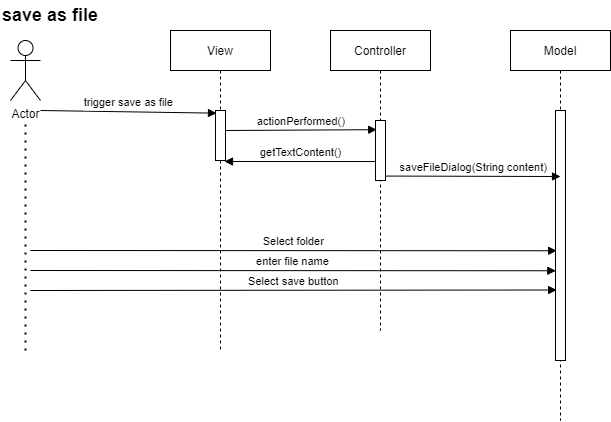
Before: Laboration1/UML/saveAsFile.drawio.png, a diagram exported from draw.io (Johanced/2021-isgc08-Cederhag). Source tidied: cells renumbered, new cells last; positions are measured from the earlier drawing's top-left corner, leaving out a move shared by most shapes.
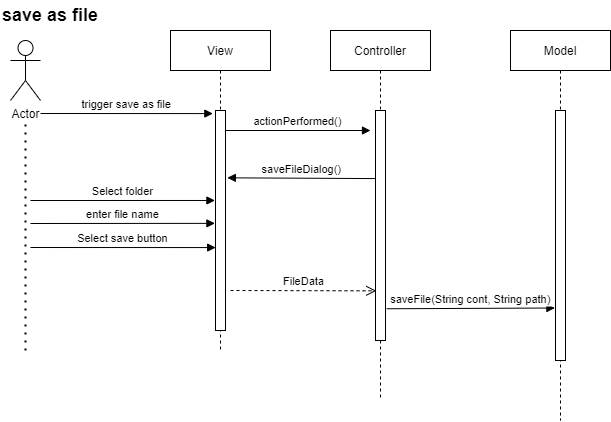
Above is the later version.

Diff of the diagram source:
```diff
@@ -3,19 +3,20 @@
     <mxCell id="0" />
     <mxCell id="1" parent="0" />
     <mxCell id="2" value="Controller" style="shape=umlLifeline;perimeter=lifelinePerimeter;rounded=0;shadow=0;strokeWidth=1;" parent="1" vertex="1">
-      <mxGeometry x="330" y="30" width="100" height="300" as="geometry" />
+      <mxGeometry x="330" y="30" width="100" height="370" as="geometry" />
     </mxCell>
     <mxCell id="3" style="points=[];perimeter=orthogonalPerimeter;rounded=0;shadow=0;strokeWidth=1;" parent="2" vertex="1">
-      <mxGeometry x="45" y="90" width="10" height="60" as="geometry" />
+      <mxGeometry x="45" y="80" width="10" height="230" as="geometry" />
     </mxCell>
-    <mxCell id="4" value="actionPerformed()" style="verticalAlign=bottom;endArrow=block;shadow=0;strokeWidth=1;entryX=0.121;entryY=0.153;entryDx=0;entryDy=0;entryPerimeter=0;" parent="2" edge="1" target="3">
+    <mxCell id="4" value="actionPerformed()" style="verticalAlign=bottom;endArrow=block;shadow=0;strokeWidth=1;" parent="2" edge="1">
       <mxGeometry relative="1" as="geometry">
         <mxPoint x="-105" y="100" as="sourcePoint" />
+        <mxPoint x="40" y="100" as="targetPoint" />
       </mxGeometry>
     </mxCell>
-    <mxCell id="5" value="enter file name" style="verticalAlign=bottom;endArrow=block;shadow=0;strokeWidth=1;entryX=0.033;entryY=0.641;entryDx=0;entryDy=0;entryPerimeter=0;" parent="2" edge="1" target="7">
+    <mxCell id="5" value="enter file name" style="verticalAlign=bottom;endArrow=block;shadow=0;strokeWidth=1;entryX=-0.059;entryY=0.513;entryDx=0;entryDy=0;entryPerimeter=0;" parent="2" edge="1" target="12">
       <mxGeometry relative="1" as="geometry">
-        <mxPoint x="-300" y="240" as="sourcePoint" />
+        <mxPoint x="-300" y="193" as="sourcePoint" />
       </mxGeometry>
     </mxCell>
     <mxCell id="6" value="Model" style="shape=umlLifeline;perimeter=lifelinePerimeter;rounded=0;shadow=0;strokeWidth=1;" parent="1" vertex="1">
@@ -24,22 +25,22 @@
     <mxCell id="7" style="points=[];perimeter=orthogonalPerimeter;rounded=0;shadow=0;strokeWidth=1;" parent="6" vertex="1">
       <mxGeometry x="45" y="80" width="10" height="250" as="geometry" />
     </mxCell>
-    <mxCell id="8" value="saveFileDialog(String content)" style="verticalAlign=bottom;endArrow=block;shadow=0;strokeWidth=1;exitX=1.071;exitY=0.926;exitDx=0;exitDy=0;exitPerimeter=0;entryX=0.5;entryY=0.264;entryDx=0;entryDy=0;entryPerimeter=0;" parent="1" edge="1" source="3" target="7">
+    <mxCell id="8" value="saveFileDialog()" style="verticalAlign=bottom;endArrow=block;shadow=0;strokeWidth=1;entryX=1.183;entryY=0.306;entryDx=0;entryDy=0;entryPerimeter=0;exitX=0.01;exitY=0.296;exitDx=0;exitDy=0;exitPerimeter=0;" parent="1" edge="1" source="3" target="12">
       <mxGeometry relative="1" as="geometry" />
     </mxCell>
     <mxCell id="9" value="Actor" style="shape=umlActor;verticalLabelPosition=bottom;verticalAlign=top;html=1;" parent="1" vertex="1">
       <mxGeometry x="10" y="40" width="30" height="60" as="geometry" />
     </mxCell>
-    <mxCell id="10" value="trigger save as file" style="verticalAlign=bottom;endArrow=block;entryX=0.1;entryY=0.053;shadow=0;strokeWidth=1;entryDx=0;entryDy=0;entryPerimeter=0;" parent="1" edge="1" target="12">
+    <mxCell id="10" value="trigger save as file" style="verticalAlign=bottom;endArrow=block;entryX=-0.266;entryY=0.014;shadow=0;strokeWidth=1;entryDx=0;entryDy=0;entryPerimeter=0;" parent="1" edge="1" target="12">
       <mxGeometry relative="1" as="geometry">
-        <mxPoint x="40" y="110" as="sourcePoint" />
+        <mxPoint x="40" y="113" as="sourcePoint" />
       </mxGeometry>
     </mxCell>
     <mxCell id="11" value="View" style="shape=umlLifeline;perimeter=lifelinePerimeter;rounded=0;shadow=0;strokeWidth=1;" parent="1" vertex="1">
       <mxGeometry x="170" y="30" width="100" height="320" as="geometry" />
     </mxCell>
     <mxCell id="12" style="points=[];perimeter=orthogonalPerimeter;rounded=0;shadow=0;strokeWidth=1;" parent="11" vertex="1">
-      <mxGeometry x="45" y="80" width="10" height="50" as="geometry" />
+      <mxGeometry x="45" y="80" width="10" height="220" as="geometry" />
     </mxCell>
     <mxCell id="13" style="endArrow=none;dashed=1;html=1;dashPattern=1 3;strokeWidth=2;rounded=0;" parent="1" edge="1">
       <mxGeometry relative="1" as="geometry">
@@ -47,21 +48,26 @@
         <mxPoint x="25" y="120" as="targetPoint" />
       </mxGeometry>
     </mxCell>
-    <mxCell id="14" value="Select folder" style="verticalAlign=bottom;endArrow=block;shadow=0;strokeWidth=1;entryX=0.117;entryY=0.561;entryDx=0;entryDy=0;entryPerimeter=0;" parent="1" edge="1" target="7">
+    <mxCell id="14" value="Select folder" style="verticalAlign=bottom;endArrow=block;shadow=0;strokeWidth=1;entryX=-0.059;entryY=0.409;entryDx=0;entryDy=0;entryPerimeter=0;" parent="1" edge="1" target="12">
       <mxGeometry relative="1" as="geometry">
-        <mxPoint x="30" y="250" as="sourcePoint" />
+        <mxPoint x="30" y="200" as="sourcePoint" />
       </mxGeometry>
     </mxCell>
-    <mxCell id="15" value="Select save button" style="verticalAlign=bottom;endArrow=block;shadow=0;strokeWidth=1;entryX=0.117;entryY=0.718;entryDx=0;entryDy=0;entryPerimeter=0;" parent="1" edge="1" target="7">
+    <mxCell id="15" value="Select save button" style="verticalAlign=bottom;endArrow=block;shadow=0;strokeWidth=1;entryX=0.014;entryY=0.623;entryDx=0;entryDy=0;entryPerimeter=0;" parent="1" edge="1" target="12">
       <mxGeometry relative="1" as="geometry">
-        <mxPoint x="30" y="290" as="sourcePoint" />
+        <mxPoint x="30" y="247" as="sourcePoint" />
       </mxGeometry>
     </mxCell>
     <mxCell id="16" value="&lt;b&gt;save as file&lt;/b&gt;" style="text;html=1;strokeColor=none;fillColor=none;align=center;verticalAlign=middle;whiteSpace=wrap;rounded=0;fontSize=18;" parent="1" vertex="1">
       <mxGeometry width="100" height="30" as="geometry" />
     </mxCell>
-    <mxCell id="17" value=" getTextContent()" style="verticalAlign=bottom;endArrow=block;shadow=0;strokeWidth=1;entryX=0.9;entryY=1.02;entryDx=0;entryDy=0;entryPerimeter=0;exitX=-0.013;exitY=0.684;exitDx=0;exitDy=0;exitPerimeter=0;" parent="1" edge="1" source="3" target="12">
-      <mxGeometry relative="1" as="geometry" />
-    </mxCell>
+    <mxCell id="18" value="FileData" style="html=1;verticalAlign=bottom;endArrow=open;dashed=1;endSize=8;rounded=0;entryX=0.079;entryY=0.784;entryDx=0;entryDy=0;entryPerimeter=0;" parent="1" edge="1" target="3">
+      <mxGeometry relative="1" as="geometry">
+        <mxPoint x="230" y="290" as="sourcePoint" />
+      </mxGeometry>
+    </mxCell>
+    <mxCell id="19" value="saveFile(String cont, String path)" style="verticalAlign=bottom;endArrow=block;shadow=0;strokeWidth=1;entryX=-0.059;entryY=0.79;entryDx=0;entryDy=0;entryPerimeter=0;exitX=1.114;exitY=0.862;exitDx=0;exitDy=0;exitPerimeter=0;" parent="1" edge="1" source="3" target="7">
+      <mxGeometry relative="1" as="geometry" />
+    </mxCell>
   </root>
 </mxGraphModel>
```
